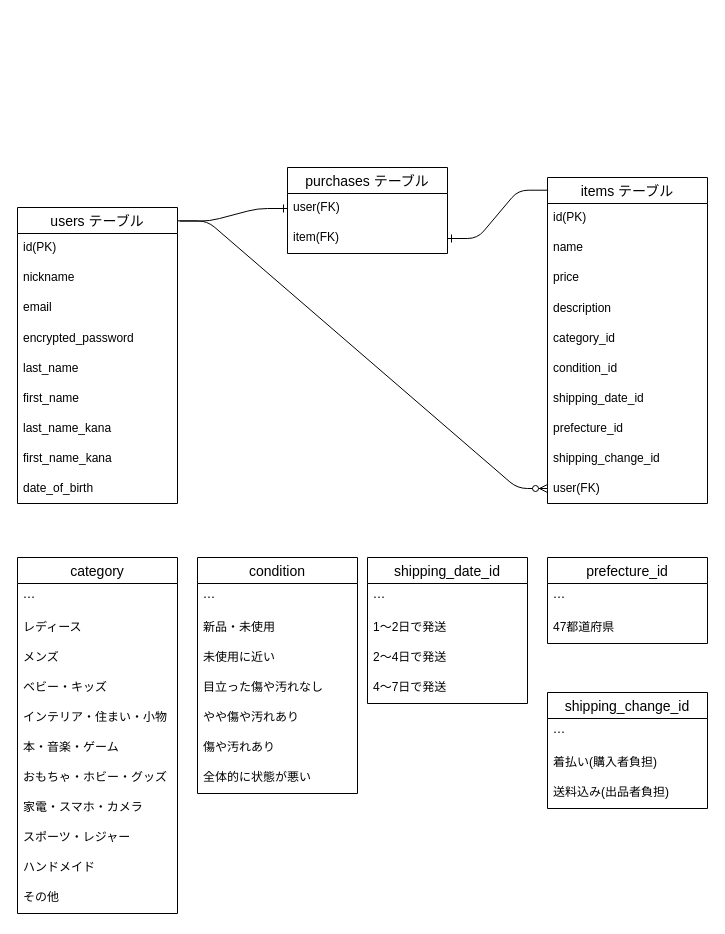
The draw.io diagram furima.dio in mackey3690/furima-40103, before the edit. Source tidied: cells renumbered, new cells numbered last; positions are measured from the earlier drawing's top-left corner, leaving out a move shared by most shapes. Both pictures are drawn from the tidied source at 100%, with x=0, y=0 at pixel (17, 167).
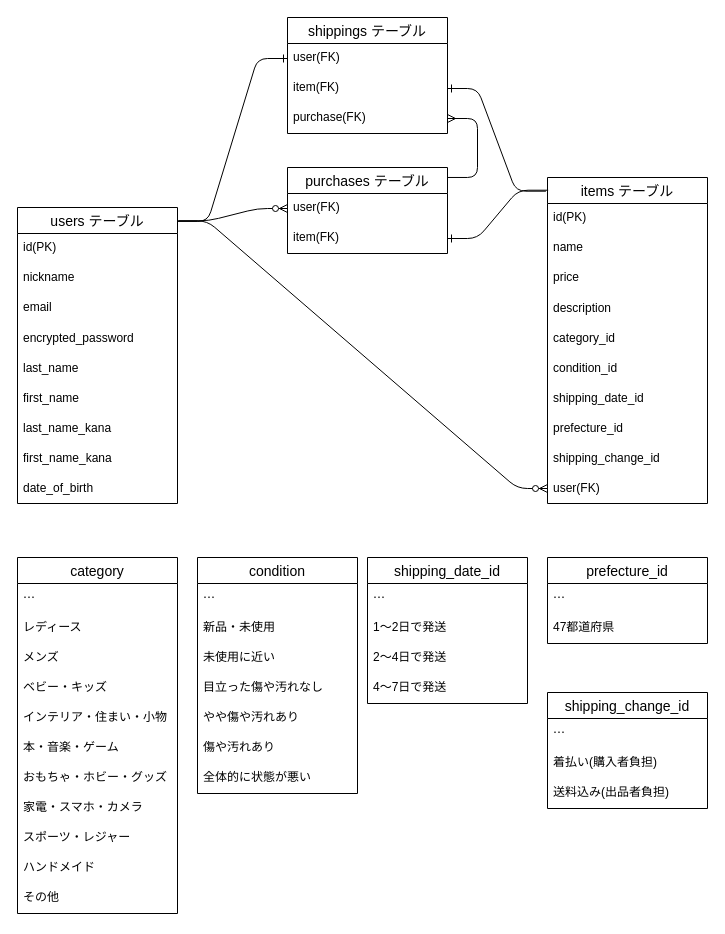
After the change.

Commit message:
ER図に配送先情報追記

Unchanged cells that the change refers to:
```xml
<mxCell id="2" value="users テーブル" style="swimlane;fontStyle=0;horizontal=1;startSize=26;align=center;fontSize=14;verticalAlign=middle;" parent="1" vertex="1">
  <mxGeometry y="40" width="160" height="296" as="geometry" />
</mxCell>
<mxCell id="12" value="items テーブル" style="swimlane;fontStyle=0;horizontal=1;startSize=26;align=center;fontSize=14;" parent="1" vertex="1">
  <mxGeometry x="530" y="10" width="160" height="326" as="geometry" />
</mxCell>
<mxCell id="24" value="purchases テーブル" style="swimlane;fontStyle=0;horizontal=1;startSize=26;align=center;fontSize=14;" parent="1" vertex="1">
  <mxGeometry x="270" width="160" height="86" as="geometry" />
</mxCell>
<mxCell id="25" value="user(FK)" style="text;strokeColor=none;fillColor=none;spacingLeft=4;spacingRight=4;overflow=hidden;points=[[0,0.5],[1,0.5]];portConstraint=eastwest;fontSize=12;" parent="24" vertex="1">
  <mxGeometry y="26" width="160" height="30" as="geometry" />
</mxCell>
```

The edit, as a diff of the source:
```diff
@@
-    <mxCell id="27" style="edgeStyle=entityRelationEdgeStyle;fontSize=12;html=1;endArrow=ERone;endFill=1;exitX=1.014;exitY=0.046;exitDx=0;exitDy=0;entryX=0;entryY=0.5;entryDx=0;entryDy=0;exitPerimeter=0;" parent="1" edge="1" source="2" target="25">
-      <mxGeometry relative="1" as="geometry" />
-    </mxCell>
@@
+    <mxCell id="61" value="shippings テーブル" style="swimlane;fontStyle=0;horizontal=1;startSize=26;align=center;fontSize=14;" parent="1" vertex="1">
+      <mxGeometry x="270" y="-150" width="160" height="116" as="geometry" />
+    </mxCell>
+    <mxCell id="62" value="user(FK)" style="text;strokeColor=none;fillColor=none;spacingLeft=4;spacingRight=4;overflow=hidden;points=[[0,0.5],[1,0.5]];portConstraint=eastwest;fontSize=12;" parent="61" vertex="1">
+      <mxGeometry y="26" width="160" height="30" as="geometry" />
+    </mxCell>
+    <mxCell id="63" value="item(FK)" style="text;strokeColor=none;fillColor=none;spacingLeft=4;spacingRight=4;overflow=hidden;points=[[0,0.5],[1,0.5]];portConstraint=eastwest;fontSize=12;" parent="61" vertex="1">
+      <mxGeometry y="56" width="160" height="30" as="geometry" />
+    </mxCell>
+    <mxCell id="64" value="purchase(FK)" style="text;strokeColor=none;fillColor=none;spacingLeft=4;spacingRight=4;overflow=hidden;points=[[0,0.5],[1,0.5]];portConstraint=eastwest;fontSize=12;" parent="61" vertex="1">
+      <mxGeometry y="86" width="160" height="30" as="geometry" />
+    </mxCell>
+    <mxCell id="65" style="edgeStyle=entityRelationEdgeStyle;fontSize=12;html=1;endArrow=ERone;endFill=1;exitX=1.002;exitY=0.047;exitDx=0;exitDy=0;exitPerimeter=0;entryX=0;entryY=0.5;entryDx=0;entryDy=0;" parent="1" edge="1" source="2" target="62">
+      <mxGeometry relative="1" as="geometry" />
+    </mxCell>
+    <mxCell id="66" style="edgeStyle=entityRelationEdgeStyle;fontSize=12;html=1;endArrow=ERone;endFill=1;exitX=-0.01;exitY=0.042;exitDx=0;exitDy=0;exitPerimeter=0;entryX=1;entryY=0.5;entryDx=0;entryDy=0;" parent="1" edge="1" source="12" target="63">
+      <mxGeometry relative="1" as="geometry" />
+    </mxCell>
+    <mxCell id="27" style="edgeStyle=entityRelationEdgeStyle;fontSize=12;html=1;endArrow=ERzeroToMany;endFill=1;entryX=0;entryY=0.5;entryDx=0;entryDy=0;exitX=1.008;exitY=0.045;exitDx=0;exitDy=0;exitPerimeter=0;" parent="1" edge="1" source="2" target="25">
+      <mxGeometry relative="1" as="geometry" />
+    </mxCell>
+    <mxCell id="67" style="edgeStyle=entityRelationEdgeStyle;fontSize=12;html=1;endArrow=ERmany;entryX=1;entryY=0.5;entryDx=0;entryDy=0;exitX=1;exitY=0.116;exitDx=0;exitDy=0;exitPerimeter=0;" parent="1" edge="1" source="24" target="64">
+      <mxGeometry relative="1" as="geometry" />
+    </mxCell>
```
